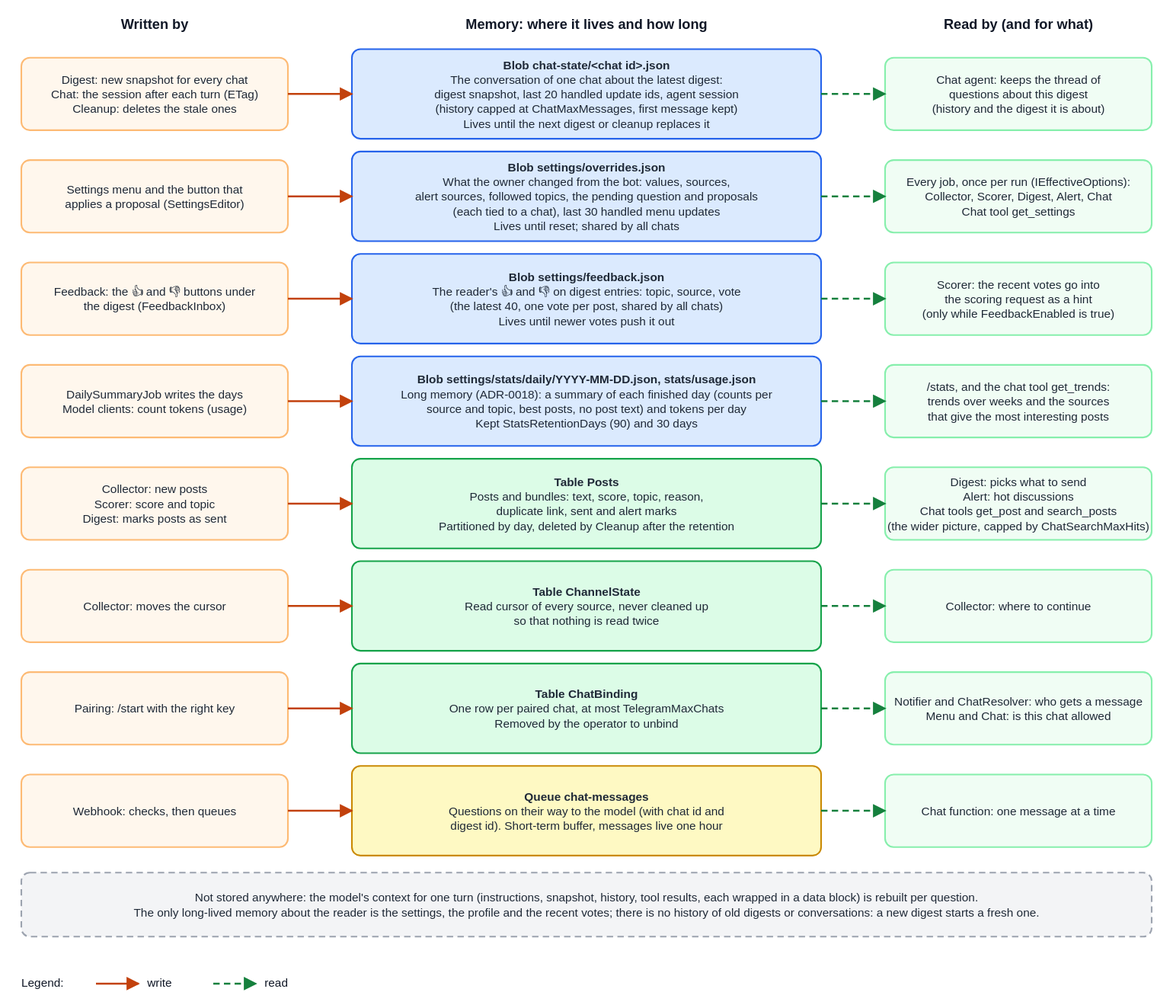
Earlier version of the draw.io export docs/developer-guide/images/memory.drawio.svg (KopylP/signal-feed). Source tidied: cells renumbered, new cells last; positions are measured from the earlier drawing's top-left corner, leaving out a move shared by most shapes.
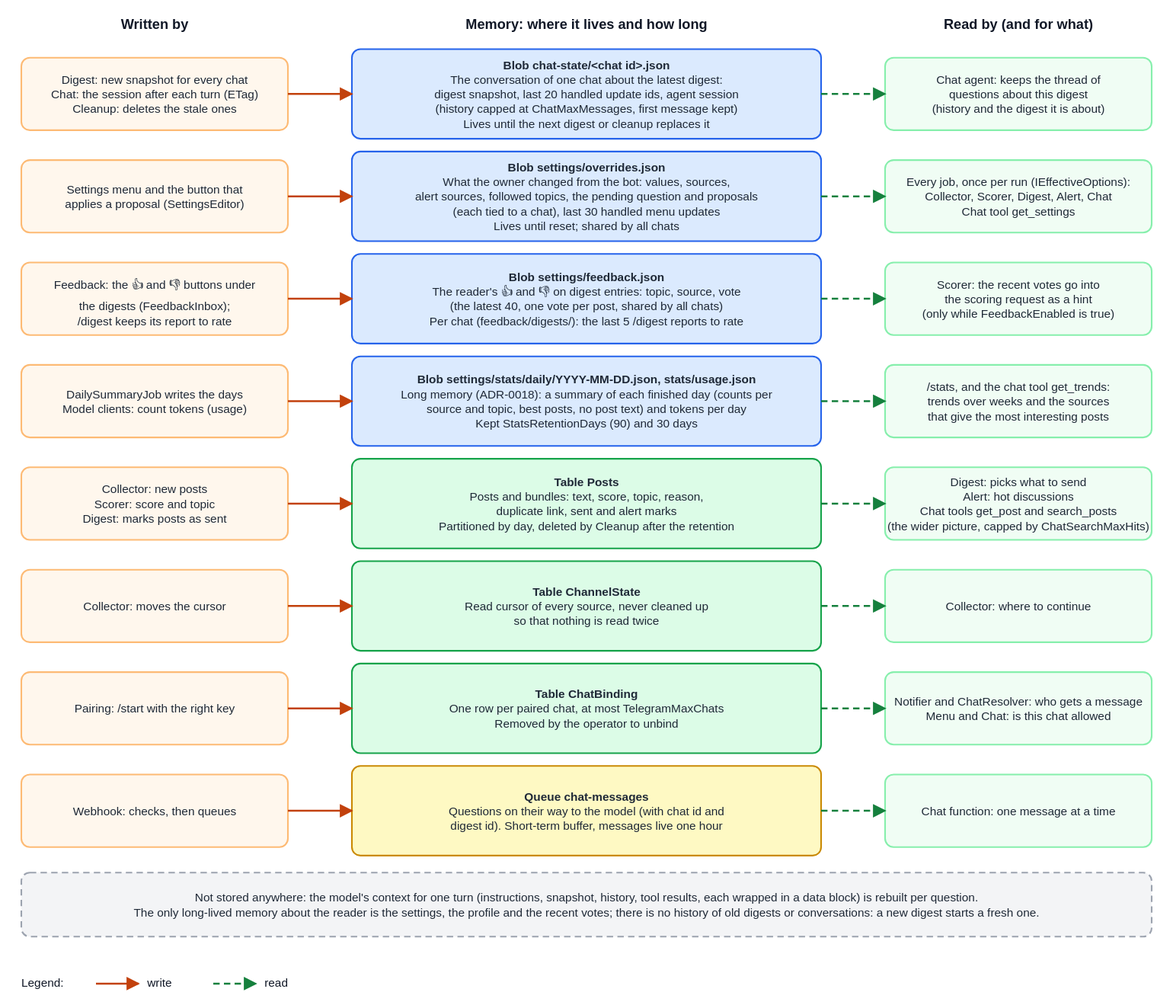
After the change.

What changed in the source:
```diff
@@ -74,13 +74,13 @@
     <mxCell id="21" style="rounded=1;arcSize=6;html=1;strokeColor=#2563eb;fillColor=#dbeafe;strokeWidth=1.5;" parent="1" vertex="1">
       <mxGeometry x="310" y="224" width="440" height="84" as="geometry" />
     </mxCell>
-    <mxCell id="22" value="&lt;b&gt;Blob  settings/feedback.json&lt;/b&gt;&lt;br&gt;The reader's 👍 and 👎 on digest entries: topic, source, vote&lt;br&gt;(the latest 40, one vote per post, shared by all chats)&lt;br&gt;Lives until newer votes push it out" style="text;html=1;whiteSpace=wrap;align=center;verticalAlign=top;spacing=0;fontSize=11;fontColor=#1f2937;" parent="1" vertex="1">
+    <mxCell id="22" value="&lt;b&gt;Blob  settings/feedback.json&lt;/b&gt;&lt;br&gt;The reader's 👍 and 👎 on digest entries: topic, source, vote&lt;br&gt;(the latest 40, one vote per post, shared by all chats)&lt;br&gt;Per chat (feedback/digests/): the last 5 /digest reports to rate" style="text;html=1;whiteSpace=wrap;align=center;verticalAlign=top;spacing=0;fontSize=11;fontColor=#1f2937;" parent="1" vertex="1">
       <mxGeometry x="310" y="238.5" width="440" height="57" as="geometry" />
     </mxCell>
     <mxCell id="23" style="rounded=1;arcSize=6;html=1;strokeColor=#fdba74;fillColor=#fff7ed;strokeWidth=1.5;" parent="1" vertex="1">
       <mxGeometry y="232" width="250" height="68" as="geometry" />
     </mxCell>
-    <mxCell id="24" value="Feedback: the 👍 and 👎 buttons under&lt;br&gt;the digest (FeedbackInbox)" style="text;html=1;whiteSpace=wrap;align=center;verticalAlign=top;spacing=0;fontSize=11;fontColor=#1f2937;" parent="1" vertex="1">
+    <mxCell id="24" value="Feedback: the 👍 and 👎 buttons under&lt;br&gt;the digests (FeedbackInbox);&lt;br&gt;/digest keeps its report to rate" style="text;html=1;whiteSpace=wrap;align=center;verticalAlign=top;spacing=0;fontSize=11;fontColor=#1f2937;" parent="1" vertex="1">
       <mxGeometry y="252.2" width="250" height="29.5" as="geometry" />
     </mxCell>
     <mxCell id="25" style="rounded=1;arcSize=6;html=1;strokeColor=#86efac;fillColor=#f0fdf4;strokeWidth=1.5;" parent="1" vertex="1">
```
